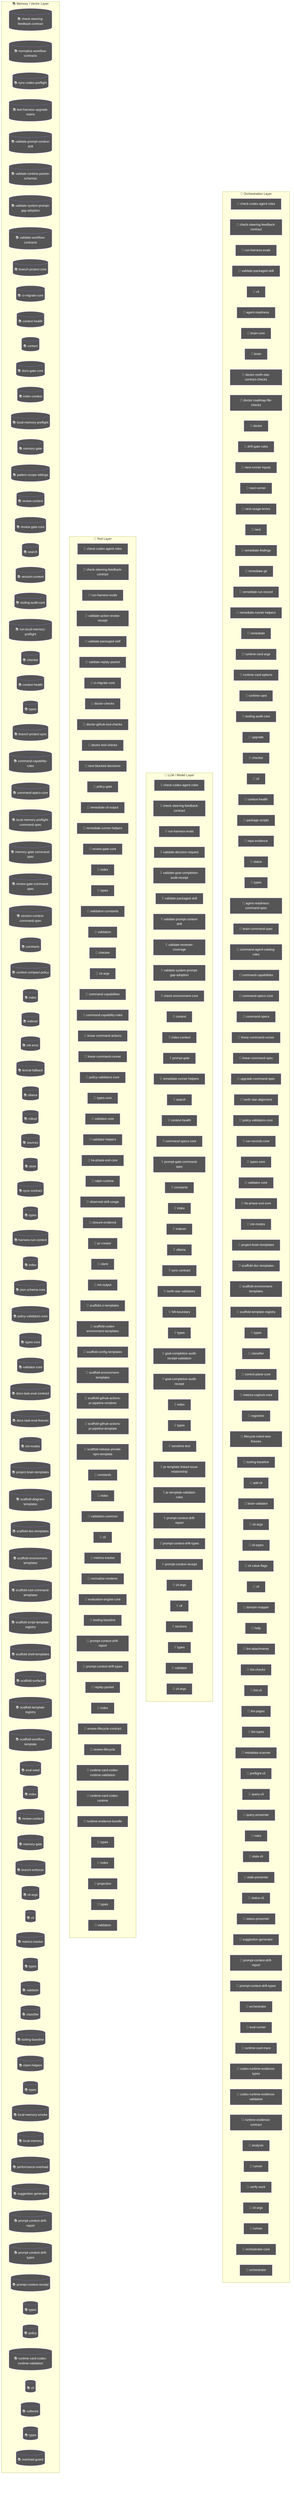
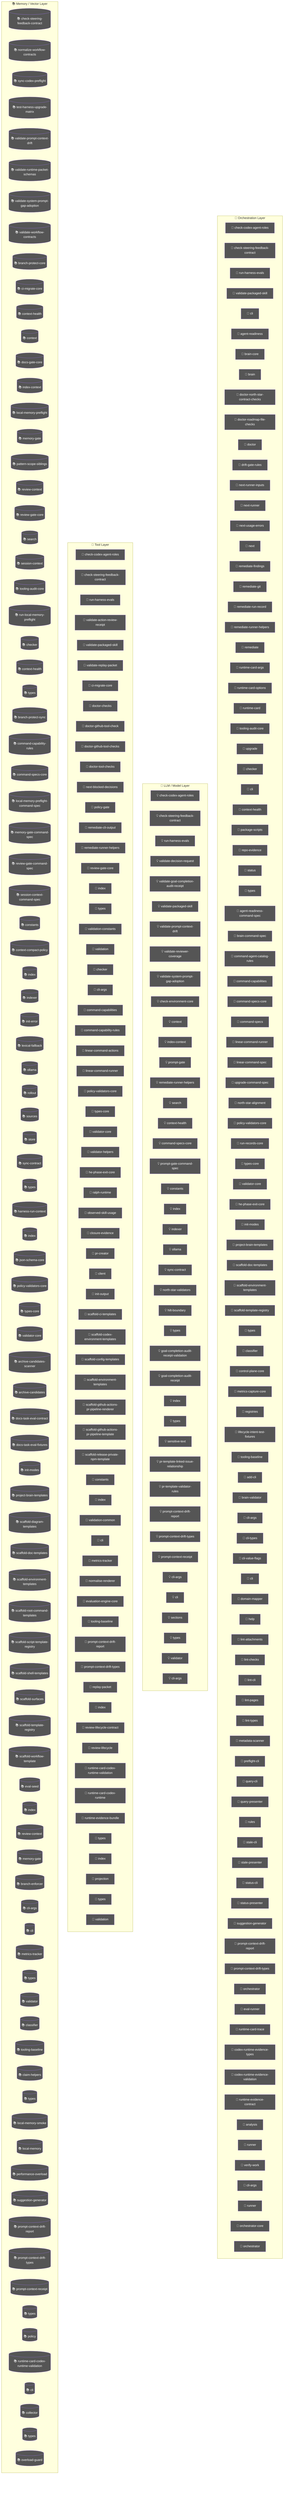
flowchart TD
  subgraph Orchestration["🎯 Orchestration Layer"]
    node_agent_mmd_orchestration_layer_orchestration_chec_7a9f0b64["🤖 check-codex-agent-roles"]
    node_agent_mmd_orchestration_layer_orchestration_chec_7fd47f5c["🤖 check-steering-feedback-contract"]
    node_agent_mmd_orchestration_layer_orchestration_run__18817957["🤖 run-harness-evals"]
    node_agent_mmd_orchestration_layer_orchestration_vali_c01b04be["🤖 validate-packaged-skill"]
    cli_99bb8840["🤖 cli"]
    agent_readiness_c82c68e6["🤖 agent-readiness"]
    brain_core_aa07c380["🤖 brain-core"]
    brain_bbbf7a64["🤖 brain"]
    doctor_north_star_contract_checks_0048124c["🤖 doctor-north-star-contract-checks"]
    doctor_roadmap_file_checks_14447b8e["🤖 doctor-roadmap-file-checks"]
    doctor_72f4be89["🤖 doctor"]
    drift_gate_rules_9685e72d["🤖 drift-gate-rules"]
    next_runner_inputs_754dba64["🤖 next-runner-inputs"]
    next_runner_41643472["🤖 next-runner"]
    next_usage_errors_837a345a["🤖 next-usage-errors"]
    next_c6c1c9a9["🤖 next"]
    remediate_findings_8b09c8c6["🤖 remediate-findings"]
    remediate_git_58c6f6f4["🤖 remediate-git"]
    remediate_run_record_9dfe5dc1["🤖 remediate-run-record"]
    node_agent_mmd_orchestration_layer_orchestration_reme_359fe98f["🤖 remediate-runner-helpers"]
    remediate_06b9c7fc["🤖 remediate"]
    runtime_card_args_2b3d4b28["🤖 runtime-card-args"]
    runtime_card_options_c9156ad5["🤖 runtime-card-options"]
    runtime_card_e06b53e1["🤖 runtime-card"]
    node_agent_mmd_orchestration_layer_orchestration_tool_acfe0c01["🤖 tooling-audit-core"]
    upgrade_7fef9479["🤖 upgrade"]
    node_agent_mmd_orchestration_layer_orchestration_chec_0550c395["🤖 checker"]
    cli_1_084e05fe["🤖 cli"]
    node_agent_mmd_orchestration_layer_orchestration_cont_61b3b9c9["🤖 context-health"]
    package_scripts_3ee6150f["🤖 package-scripts"]
    repo_evidence_38bb1de5["🤖 repo-evidence"]
    status_073c1634["🤖 status"]
    node_agent_mmd_orchestration_layer_orchestration_type_4f906dcc["🤖 types"]
    agent_readiness_command_spec_a30c2c1e["🤖 agent-readiness-command-spec"]
    brain_command_spec_15b122d5["🤖 brain-command-spec"]
    command_agent_catalog_rules_8e06b2af["🤖 command-agent-catalog-rules"]
    node_agent_mmd_orchestration_layer_orchestration_comm_6e41a7f7["🤖 command-capabilities"]
    node_agent_mmd_orchestration_layer_orchestration_comm_1f8cc24c["🤖 command-specs-core"]
    command_specs_69167c63["🤖 command-specs"]
    node_agent_mmd_orchestration_layer_orchestration_line_b67affd5["🤖 linear-command-runner"]
    linear_command_spec_1e12dd44["🤖 linear-command-spec"]
    upgrade_command_spec_03f6c7bd["🤖 upgrade-command-spec"]
    north_star_alignment_00440188["🤖 north-star-alignment"]
    node_agent_mmd_orchestration_layer_orchestration_poli_3270b55d["🤖 policy-validators-core"]
    run_records_core_89286dfa["🤖 run-records-core"]
    node_agent_mmd_orchestration_layer_orchestration_type_7cf81261["🤖 types-core"]
    node_agent_mmd_orchestration_layer_orchestration_vali_d9fe99e6["🤖 validator-core"]
    node_agent_mmd_orchestration_layer_orchestration_he_p_fc778c24["🤖 he-phase-exit-core"]
    node_agent_mmd_orchestration_layer_orchestration_init_2a9c3ecb["🤖 init-modes"]
    node_agent_mmd_orchestration_layer_orchestration_proj_6ab6f60f["🤖 project-brain-templates"]
    node_agent_mmd_orchestration_layer_orchestration_scaf_12cc07db["🤖 scaffold-doc-templates"]
    node_agent_mmd_orchestration_layer_orchestration_scaf_c9a90c2f["🤖 scaffold-environment-templates"]
    node_agent_mmd_orchestration_layer_orchestration_scaf_ff8f92f6["🤖 scaffold-template-registry"]
    types_16_0fae1112["🤖 types"]
    node_agent_mmd_orchestration_layer_orchestration_clas_899b821a["🤖 classifier"]
    control_plane_core_db3b4cb2["🤖 control-plane-core"]
    metrics_capture_core_db4bf7cf["🤖 metrics-capture-core"]
    registries_06402afa["🤖 registries"]
    lifecycle_intent_test_fixtures_a53c7ada["🤖 lifecycle-intent-test-fixtures"]
    node_agent_mmd_orchestration_layer_orchestration_tool_cc43149f["🤖 tooling-baseline"]
    add_cli_7614de25["🤖 add-cli"]
    brain_validator_be251832["🤖 brain-validator"]
    cli_args_8_d546936e["🤖 cli-args"]
    cli_types_1686e858["🤖 cli-types"]
    cli_value_flags_732a8e43["🤖 cli-value-flags"]
-     cli_9_b54c1407["🤖 cli"]
+     cli_10_35dc8cbd["🤖 cli"]
    domain_mapper_cd9333d2["🤖 domain-mapper"]
    help_106a5842["🤖 help"]
    lint_attachments_873c0632["🤖 lint-attachments"]
    lint_checks_83522b19["🤖 lint-checks"]
    lint_cli_9ec62ec0["🤖 lint-cli"]
    lint_pages_e33301d0["🤖 lint-pages"]
    lint_types_2862c255["🤖 lint-types"]
    metadata_scanner_6a101b66["🤖 metadata-scanner"]
    preflight_cli_5d148379["🤖 preflight-cli"]
    query_cli_b95be64d["🤖 query-cli"]
    query_presenter_02e6077c["🤖 query-presenter"]
    rules_6c621d1a["🤖 rules"]
    stale_cli_64548720["🤖 stale-cli"]
    stale_presenter_1de4e3a2["🤖 stale-presenter"]
    status_cli_4c24a0d6["🤖 status-cli"]
    status_presenter_8de686c1["🤖 status-presenter"]
    node_agent_mmd_orchestration_layer_orchestration_sugg_85c5ebe3["🤖 suggestion-generator"]
    node_agent_mmd_orchestration_layer_orchestration_prom_d17b4de2["🤖 prompt-context-drift-report"]
    node_agent_mmd_orchestration_layer_orchestration_prom_77088997["🤖 prompt-context-drift-types"]
    orchestrator_11376b7e["🤖 orchestrator"]
    eval_runner_0966a6b3["🤖 eval-runner"]
    runtime_card_trace_64a5ca95["🤖 runtime-card-trace"]
    codex_runtime_evidence_types_f55808dd["🤖 codex-runtime-evidence-types"]
    codex_runtime_evidence_validation_d060a92d["🤖 codex-runtime-evidence-validation"]
    runtime_evidence_contract_0f7b15b2["🤖 runtime-evidence-contract"]
    analysis_f44e85c4["🤖 analysis"]
    runner_527aa9f4["🤖 runner"]
    verify_work_1_cd8e7ec3["🤖 verify-work"]
    cli_args_14_3481043e["🤖 cli-args"]
    runner_1_6f281bf8["🤖 runner"]
    orchestrator_core_d0678b53["🤖 orchestrator-core"]
    orchestrator_1_6b7137c5["🤖 orchestrator"]
  end
  subgraph LLMLayer["🧠 LLM / Model Layer"]
    node_agent_mmd_llm_model_layer_llmlayer_check_codex_a_29e7b7fa["💡 check-codex-agent-roles"]
    node_agent_mmd_llm_model_layer_llmlayer_check_steerin_0e1bf90d["💡 check-steering-feedback-contract"]
    node_agent_mmd_llm_model_layer_llmlayer_run_harness_e_603fcfdc["💡 run-harness-evals"]
    validate_decision_request_2e5c325e["💡 validate-decision-request"]
    validate_goal_completion_audit_receipt_100d252c["💡 validate-goal-completion-audit-receipt"]
    node_agent_mmd_llm_model_layer_llmlayer_validate_pack_2a12e1f4["💡 validate-packaged-skill"]
    node_agent_mmd_llm_model_layer_llmlayer_validate_prom_9880f764["💡 validate-prompt-context-drift"]
    validate_reviewer_coverage_251efee3["💡 validate-reviewer-coverage"]
    node_agent_mmd_llm_model_layer_llmlayer_validate_syst_5636156e["💡 validate-system-prompt-gap-adoption"]
    check_environment_core_2c16213f["💡 check-environment-core"]
    node_agent_mmd_llm_model_layer_llmlayer_context_conte_ad2dfbd9["💡 context"]
    node_agent_mmd_llm_model_layer_llmlayer_index_context_1041bd11["💡 index-context"]
    prompt_gate_c5e9d207["💡 prompt-gate"]
    node_agent_mmd_llm_model_layer_llmlayer_remediate_run_9e3d4585["💡 remediate-runner-helpers"]
    node_agent_mmd_llm_model_layer_llmlayer_search_search_66b9a911["💡 search"]
    node_agent_mmd_llm_model_layer_llmlayer_context_healt_cfc0bfa8["💡 context-health"]
    node_agent_mmd_llm_model_layer_llmlayer_command_specs_782af9fa["💡 command-specs-core"]
    prompt_gate_command_spec_9a941482["💡 prompt-gate-command-spec"]
    node_agent_mmd_llm_model_layer_llmlayer_constants_con_c9bd3f6c["💡 constants"]
    node_agent_mmd_llm_model_layer_llmlayer_index_index_1_02e160ff["💡 index"]
    node_agent_mmd_llm_model_layer_llmlayer_indexer_index_4f4deef5["💡 indexer"]
    node_agent_mmd_llm_model_layer_llmlayer_ollama_ollama_968b23fa["💡 ollama"]
    node_agent_mmd_llm_model_layer_llmlayer_sync_contract_9f3cc8c1["💡 sync-contract"]
    north_star_validators_cfc926ce["💡 north-star-validators"]
    hilt_boundary_9b36fb15["💡 hilt-boundary"]
    types_10_75e5a4a0["💡 types"]
    goal_completion_audit_receipt_validation_9d0f4891["💡 goal-completion-audit-receipt-validation"]
    goal_completion_audit_receipt_5e4939c3["💡 goal-completion-audit-receipt"]
    index_5_522f772a["💡 index"]
    node_agent_mmd_llm_model_layer_llmlayer_constants_con_c9bd3f6c["💡 constants"]
    types_17_ed30531c["💡 types"]
    sensitive_text_7c11f760["💡 sensitive-text"]
    pr_template_linked_issue_relationship_a7b61f2c["💡 pr-template-linked-issue-relationship"]
    pr_template_validator_rules_20a32d6b["💡 pr-template-validator-rules"]
    node_agent_mmd_llm_model_layer_llmlayer_index_index_1_02e160ff["💡 index"]
    node_agent_mmd_llm_model_layer_llmlayer_prompt_contex_81f9066a["💡 prompt-context-drift-report"]
    node_agent_mmd_llm_model_layer_llmlayer_prompt_contex_e5066b88["💡 prompt-context-drift-types"]
    node_agent_mmd_llm_model_layer_llmlayer_index_index_1_02e160ff["💡 index"]
    node_agent_mmd_llm_model_layer_llmlayer_prompt_contex_6426acc2["💡 prompt-context-receipt"]
    cli_args_9_9c136878["💡 cli-args"]
-     cli_10_35dc8cbd["💡 cli"]
+     cli_11_338a8415["💡 cli"]
    sections_4697ef32["💡 sections"]
    types_27_4d134744["💡 types"]
    validator_7_f836eb0e["💡 validator"]
    cli_args_10_861cdd3f["💡 cli-args"]
  end
  subgraph ToolLayer["🔧 Tool Layer"]
    node_agent_mmd_tool_layer_toollayer_check_codex_agent_4b361d5a["🔧 check-codex-agent-roles"]
    node_agent_mmd_tool_layer_toollayer_check_steering_fe_eafecf3a["🔧 check-steering-feedback-contract"]
    node_agent_mmd_tool_layer_toollayer_run_harness_evals_e2ee24f1["🔧 run-harness-evals"]
    validate_action_review_receipt_fa2f06c3["🔧 validate-action-review-receipt"]
    node_agent_mmd_tool_layer_toollayer_validate_packaged_2855c827["🔧 validate-packaged-skill"]
    validate_replay_packet_f309747e["🔧 validate-replay-packet"]
    node_agent_mmd_tool_layer_toollayer_ci_migrate_core_c_049f8460["🔧 ci-migrate-core"]
    doctor_checks_5a2eb2b9["🔧 doctor-checks"]
+     doctor_github_tool_check_e0a938df["🔧 doctor-github-tool-check"]
    doctor_github_tool_checks_a53b0382["🔧 doctor-github-tool-checks"]
    doctor_tool_checks_4acac51a["🔧 doctor-tool-checks"]
    next_blocked_decisions_4140ad2b["🔧 next-blocked-decisions"]
    policy_gate_213f7313["🔧 policy-gate"]
    remediate_cli_output_cc165396["🔧 remediate-cli-output"]
    node_agent_mmd_tool_layer_toollayer_remediate_runner__c003b871["🔧 remediate-runner-helpers"]
    node_agent_mmd_tool_layer_toollayer_review_gate_core__7704598b["🔧 review-gate-core"]
    index_1bc04b52["🔧 index"]
    types_1_4ecdf56e["🔧 types"]
    validation_constants_e002a0f6["🔧 validation-constants"]
    validation_98c41dcd["🔧 validation"]
    node_agent_mmd_tool_layer_toollayer_checker_checker_2_453d593b["🔧 checker"]
    cli_args_1_6144b055["🔧 cli-args"]
    node_agent_mmd_tool_layer_toollayer_command_capabilit_7fe13db1["🔧 command-capabilities"]
    node_agent_mmd_tool_layer_toollayer_command_capabilit_e97a4615["🔧 command-capability-rules"]
    linear_command_actions_e430f4f4["🔧 linear-command-actions"]
    node_agent_mmd_tool_layer_toollayer_linear_command_ru_d6763748["🔧 linear-command-runner"]
    node_agent_mmd_tool_layer_toollayer_policy_validators_af136abf["🔧 policy-validators-core"]
    node_agent_mmd_tool_layer_toollayer_types_core_types__6c8319b6["🔧 types-core"]
    node_agent_mmd_tool_layer_toollayer_validator_core_va_6ef6131f["🔧 validator-core"]
    validator_helpers_7b927667["🔧 validator-helpers"]
    node_agent_mmd_tool_layer_toollayer_he_phase_exit_cor_af016160["🔧 he-phase-exit-core"]
    ralph_runtime_73d63c0e["🔧 ralph-runtime"]
    observed_skill_usage_ed7d5930["🔧 observed-skill-usage"]
    closure_evidence_aaa31467["🔧 closure-evidence"]
    pr_creator_dc6b1ea4["🔧 pr-creator"]
    client_948fe603["🔧 client"]
    init_output_360dce91["🔧 init-output"]
    scaffold_ci_templates_2afd6392["🔧 scaffold-ci-templates"]
    scaffold_codex_environment_templates_334fbbed["🔧 scaffold-codex-environment-templates"]
    scaffold_config_templates_4b80ce53["🔧 scaffold-config-templates"]
    node_agent_mmd_tool_layer_toollayer_scaffold_environm_c1afc013["🔧 scaffold-environment-templates"]
    scaffold_github_actions_pr_pipeline_renderer_1ee18de5["🔧 scaffold-github-actions-pr-pipeline-renderer"]
    scaffold_github_actions_pr_pipeline_template_e2b85f62["🔧 scaffold-github-actions-pr-pipeline-template"]
    scaffold_release_private_npm_template_075499f8["🔧 scaffold-release-private-npm-template"]
    node_agent_mmd_tool_layer_toollayer_constants_constan_9d71b829["🔧 constants"]
    index_9_32dd4d91["🔧 index"]
    validation_common_6161e48b["🔧 validation-common"]
    node_agent_mmd_tool_layer_toollayer_cli_cli_2_1_32d9eeaf["🔧 cli"]
    node_agent_mmd_tool_layer_toollayer_metrics_tracker_m_4c9237d8["🔧 metrics-tracker"]
    normalise_renderer_85f2e563["🔧 normalise-renderer"]
    evaluation_engine_core_e054fe49["🔧 evaluation-engine-core"]
    node_agent_mmd_tool_layer_toollayer_tooling_baseline__61e66e9f["🔧 tooling-baseline"]
    node_agent_mmd_tool_layer_toollayer_prompt_context_dr_a2772f2b["🔧 prompt-context-drift-report"]
    node_agent_mmd_tool_layer_toollayer_prompt_context_dr_bd82da46["🔧 prompt-context-drift-types"]
    replay_packet_a1293f88["🔧 replay-packet"]
    index_14_d982116c["🔧 index"]
    review_lifecycle_contract_e5447221["🔧 review-lifecycle-contract"]
    review_lifecycle_89afa64c["🔧 review-lifecycle"]
    node_agent_mmd_tool_layer_toollayer_runtime_card_code_3636ceac["🔧 runtime-card-codex-runtime-validation"]
    runtime_card_codex_runtime_0655e230["🔧 runtime-card-codex-runtime"]
    runtime_evidence_bundle_d471a232["🔧 runtime-evidence-bundle"]
    types_36_674380ec["🔧 types"]
    index_17_642943a2["🔧 index"]
    projection_1b250ea1["🔧 projection"]
    types_38_e8efcd57["🔧 types"]
    validation_7_c4e6d8b6["🔧 validation"]
  end
  subgraph MemoryLayer["📚 Memory / Vector Layer"]
    node_agent_mmd_memory_vector_layer_memorylayer_check__64c86928[("📚 check-steering-feedback-contract")]
    normalize_workflow_contracts_8701f1c8[("📚 normalize-workflow-contracts")]
    sync_codex_preflight_7e7a8dc2[("📚 sync-codex-preflight")]
    test_harness_upgrade_matrix_84113c4e[("📚 test-harness-upgrade-matrix")]
    node_agent_mmd_memory_vector_layer_memorylayer_valida_c52c4db8[("📚 validate-prompt-context-drift")]
    validate_runtime_packet_schemas_bc3ba8ec[("📚 validate-runtime-packet-schemas")]
    node_agent_mmd_memory_vector_layer_memorylayer_valida_db599a97[("📚 validate-system-prompt-gap-adoption")]
    validate_workflow_contracts_33dc063c[("📚 validate-workflow-contracts")]
    branch_protect_core_a8feb0fd[("📚 branch-protect-core")]
    node_agent_mmd_memory_vector_layer_memorylayer_ci_mig_0cd5b1a4[("📚 ci-migrate-core")]
    context_health_80bb7da9[("📚 context-health")]
    node_agent_mmd_memory_vector_layer_memorylayer_contex_78ceaaa9[("📚 context")]
    docs_gate_core_eb9b6c18[("📚 docs-gate-core")]
    node_agent_mmd_memory_vector_layer_memorylayer_index__6f3402d0[("📚 index-context")]
    local_memory_preflight_dcc36c42[("📚 local-memory-preflight")]
    memory_gate_a577a506[("📚 memory-gate")]
    pattern_scope_siblings_43abe000[("📚 pattern-scope-siblings")]
    review_context_ca6cf81d[("📚 review-context")]
    node_agent_mmd_memory_vector_layer_memorylayer_review_5bee9816[("📚 review-gate-core")]
    node_agent_mmd_memory_vector_layer_memorylayer_search_ac35cb7e[("📚 search")]
    session_context_e5ec72c0[("📚 session-context")]
    node_agent_mmd_memory_vector_layer_memorylayer_toolin_a1185b8f[("📚 tooling-audit-core")]
    run_local_memory_preflight_36e92808[("📚 run-local-memory-preflight")]
    node_agent_mmd_memory_vector_layer_memorylayer_checke_a583eb4f[("📚 checker")]
    node_agent_mmd_memory_vector_layer_memorylayer_contex_3204aa0e[("📚 context-health")]
    node_agent_mmd_memory_vector_layer_memorylayer_types__9ad640a0[("📚 types")]
    branch_protect_sync_570adb18[("📚 branch-protect-sync")]
    node_agent_mmd_memory_vector_layer_memorylayer_comman_c72a5d05[("📚 command-capability-rules")]
    node_agent_mmd_memory_vector_layer_memorylayer_comman_111eb454[("📚 command-specs-core")]
    local_memory_preflight_command_spec_9e23f3ce[("📚 local-memory-preflight-command-spec")]
    memory_gate_command_spec_dc9001a9[("📚 memory-gate-command-spec")]
    review_gate_command_spec_3187376a[("📚 review-gate-command-spec")]
    session_context_command_spec_973afbb1[("📚 session-context-command-spec")]
    node_agent_mmd_memory_vector_layer_memorylayer_consta_702d3f46[("📚 constants")]
    context_compact_policy_3dcaf95d[("📚 context-compact-policy")]
    node_agent_mmd_memory_vector_layer_memorylayer_index__752bc61e[("📚 index")]
    node_agent_mmd_memory_vector_layer_memorylayer_indexe_93e6d86f[("📚 indexer")]
    init_error_5c7dd49f[("📚 init-error")]
    lexical_fallback_723e2b3e[("📚 lexical-fallback")]
    node_agent_mmd_memory_vector_layer_memorylayer_ollama_6d51be16[("📚 ollama")]
    rollout_a4fa034c[("📚 rollout")]
    sources_878a52fc[("📚 sources")]
    store_824d80d7[("📚 store")]
    node_agent_mmd_memory_vector_layer_memorylayer_sync_c_e43418bc[("📚 sync-contract")]
    types_8_f6283648[("📚 types")]
    harness_run_context_ac7c77a9[("📚 harness-run-context")]
    index_4_013aa0e3[("📚 index")]
    json_schema_core_96d7e328[("📚 json-schema-core")]
    node_agent_mmd_memory_vector_layer_memorylayer_policy_1944de42[("📚 policy-validators-core")]
    node_agent_mmd_memory_vector_layer_memorylayer_types__83f369fa[("📚 types-core")]
    node_agent_mmd_memory_vector_layer_memorylayer_valida_41034356[("📚 validator-core")]
+     archive_candidates_scanner_d0931789[("📚 archive-candidates-scanner")]
+     archive_candidates_dc0e40e1[("📚 archive-candidates")]
    docs_task_eval_contract_79347457[("📚 docs-task-eval-contract")]
    docs_task_eval_fixtures_44902755[("📚 docs-task-eval-fixtures")]
    node_agent_mmd_memory_vector_layer_memorylayer_init_m_333d02c5[("📚 init-modes")]
    node_agent_mmd_memory_vector_layer_memorylayer_projec_3ae304d9[("📚 project-brain-templates")]
    scaffold_diagram_templates_dd88e83c[("📚 scaffold-diagram-templates")]
    node_agent_mmd_memory_vector_layer_memorylayer_scaffo_5fd73b94[("📚 scaffold-doc-templates")]
    node_agent_mmd_memory_vector_layer_memorylayer_scaffo_12b42341[("📚 scaffold-environment-templates")]
    scaffold_root_command_templates_404fed7f[("📚 scaffold-root-command-templates")]
    scaffold_script_template_registry_69312d4e[("📚 scaffold-script-template-registry")]
    scaffold_shell_templates_0ad0f915[("📚 scaffold-shell-templates")]
    scaffold_surfaces_12d6494e[("📚 scaffold-surfaces")]
    node_agent_mmd_memory_vector_layer_memorylayer_scaffo_a86eece1[("📚 scaffold-template-registry")]
    scaffold_workflow_template_92310587[("📚 scaffold-workflow-template")]
    eval_seed_5699fd3e[("📚 eval-seed")]
    index_10_f6785a46[("📚 index")]
    review_context_1_e3afed15[("📚 review-context")]
    memory_gate_1_265164ac[("📚 memory-gate")]
    branch_enforcer_acb749cd[("📚 branch-enforcer")]
    cli_args_5_09ea29f0[("📚 cli-args")]
    node_agent_mmd_memory_vector_layer_memorylayer_cli_cl_1f1f89ab[("📚 cli")]
    node_agent_mmd_memory_vector_layer_memorylayer_metric_12562178[("📚 metrics-tracker")]
    types_19_eb4ad5f0[("📚 types")]
    validator_5_b19ac2be[("📚 validator")]
    node_agent_mmd_memory_vector_layer_memorylayer_classi_1ebbf5ff[("📚 classifier")]
    node_agent_mmd_memory_vector_layer_memorylayer_toolin_14f86b00[("📚 tooling-baseline")]
    claim_helpers_20dc8387[("📚 claim-helpers")]
    types_24_c63dc1a7[("📚 types")]
    local_memory_smoke_1175abfc[("📚 local-memory-smoke")]
    local_memory_0db17ecc[("📚 local-memory")]
    performance_overload_c685bfcf[("📚 performance-overload")]
    node_agent_mmd_memory_vector_layer_memorylayer_sugges_267f408d[("📚 suggestion-generator")]
    node_agent_mmd_memory_vector_layer_memorylayer_index__752bc61e[("📚 index")]
    node_agent_mmd_memory_vector_layer_memorylayer_prompt_ae34fc43[("📚 prompt-context-drift-report")]
    node_agent_mmd_memory_vector_layer_memorylayer_prompt_efd77624[("📚 prompt-context-drift-types")]
    node_agent_mmd_memory_vector_layer_memorylayer_index__752bc61e[("📚 index")]
    node_agent_mmd_memory_vector_layer_memorylayer_prompt_55c0d605[("📚 prompt-context-receipt")]
    types_31_eb363e20[("📚 types")]
    policy_1_fc4198db[("📚 policy")]
    node_agent_mmd_memory_vector_layer_memorylayer_runtim_a5d23e7f[("📚 runtime-card-codex-runtime-validation")]
-     cli_11_338a8415[("📚 cli")]
+     cli_12_01c06c37[("📚 cli")]
    collector_0736fd5b[("📚 collector")]
    types_34_85e6a0bb[("📚 types")]
    overload_guard_2748c559[("📚 overload-guard")]
  end
  classDef agentNode fill:#555,color:#fff
-   class node_agent_mmd_orchestration_layer_orchestration_chec_7a9f0b64,node_agent_mmd_llm_model_layer_llmlayer_check_codex_a_29e7b7fa,node_agent_mmd_tool_layer_toollayer_check_codex_agent_4b361d5a,node_agent_mmd_orchestration_layer_orchestration_chec_7fd47f5c,node_agent_mmd_llm_model_layer_llmlayer_check_steerin_0e1bf90d,node_agent_mmd_tool_layer_toollayer_check_steering_fe_eafecf3a,node_agent_mmd_memory_vector_layer_memorylayer_check__64c86928,node_agent_mmd_orchestration_layer_orchestration_run__18817957,node_agent_mmd_llm_model_layer_llmlayer_run_harness_e_603fcfdc,node_agent_mmd_tool_layer_toollayer_run_harness_evals_e2ee24f1,node_agent_mmd_orchestration_layer_orchestration_vali_c01b04be,node_agent_mmd_llm_model_layer_llmlayer_validate_pack_2a12e1f4,node_agent_mmd_tool_layer_toollayer_validate_packaged_2855c827,cli_99bb8840,agent_readiness_c82c68e6,brain_core_aa07c380,brain_bbbf7a64,doctor_north_star_contract_checks_0048124c,doctor_roadmap_file_checks_14447b8e,doctor_72f4be89,drift_gate_rules_9685e72d,next_runner_inputs_754dba64,next_runner_41643472,next_usage_errors_837a345a,next_c6c1c9a9,remediate_findings_8b09c8c6,remediate_git_58c6f6f4,remediate_run_record_9dfe5dc1,node_agent_mmd_orchestration_layer_orchestration_reme_359fe98f,node_agent_mmd_llm_model_layer_llmlayer_remediate_run_9e3d4585,node_agent_mmd_tool_layer_toollayer_remediate_runner__c003b871,remediate_06b9c7fc,runtime_card_args_2b3d4b28,runtime_card_options_c9156ad5,runtime_card_e06b53e1,node_agent_mmd_orchestration_layer_orchestration_tool_acfe0c01,node_agent_mmd_memory_vector_layer_memorylayer_toolin_a1185b8f,upgrade_7fef9479,node_agent_mmd_orchestration_layer_orchestration_chec_0550c395,node_agent_mmd_tool_layer_toollayer_checker_checker_2_453d593b,node_agent_mmd_memory_vector_layer_memorylayer_checke_a583eb4f,cli_1_084e05fe,node_agent_mmd_orchestration_layer_orchestration_cont_61b3b9c9,node_agent_mmd_llm_model_layer_llmlayer_context_healt_cfc0bfa8,node_agent_mmd_memory_vector_layer_memorylayer_contex_3204aa0e,package_scripts_3ee6150f,repo_evidence_38bb1de5,status_073c1634,node_agent_mmd_orchestration_layer_orchestration_type_4f906dcc,node_agent_mmd_memory_vector_layer_memorylayer_types__9ad640a0,agent_readiness_command_spec_a30c2c1e,brain_command_spec_15b122d5,command_agent_catalog_rules_8e06b2af,node_agent_mmd_orchestration_layer_orchestration_comm_6e41a7f7,node_agent_mmd_tool_layer_toollayer_command_capabilit_7fe13db1,node_agent_mmd_orchestration_layer_orchestration_comm_1f8cc24c,node_agent_mmd_llm_model_layer_llmlayer_command_specs_782af9fa,node_agent_mmd_memory_vector_layer_memorylayer_comman_111eb454,command_specs_69167c63,node_agent_mmd_orchestration_layer_orchestration_line_b67affd5,node_agent_mmd_tool_layer_toollayer_linear_command_ru_d6763748,linear_command_spec_1e12dd44,upgrade_command_spec_03f6c7bd,north_star_alignment_00440188,node_agent_mmd_orchestration_layer_orchestration_poli_3270b55d,node_agent_mmd_tool_layer_toollayer_policy_validators_af136abf,node_agent_mmd_memory_vector_layer_memorylayer_policy_1944de42,run_records_core_89286dfa,node_agent_mmd_orchestration_layer_orchestration_type_7cf81261,node_agent_mmd_tool_layer_toollayer_types_core_types__6c8319b6,node_agent_mmd_memory_vector_layer_memorylayer_types__83f369fa,node_agent_mmd_orchestration_layer_orchestration_vali_d9fe99e6,node_agent_mmd_tool_layer_toollayer_validator_core_va_6ef6131f,node_agent_mmd_memory_vector_layer_memorylayer_valida_41034356,node_agent_mmd_orchestration_layer_orchestration_he_p_fc778c24,node_agent_mmd_tool_layer_toollayer_he_phase_exit_cor_af016160,node_agent_mmd_orchestration_layer_orchestration_init_2a9c3ecb,node_agent_mmd_memory_vector_layer_memorylayer_init_m_333d02c5,node_agent_mmd_orchestration_layer_orchestration_proj_6ab6f60f,node_agent_mmd_memory_vector_layer_memorylayer_projec_3ae304d9,node_agent_mmd_orchestration_layer_orchestration_scaf_12cc07db,node_agent_mmd_memory_vector_layer_memorylayer_scaffo_5fd73b94,node_agent_mmd_orchestration_layer_orchestration_scaf_c9a90c2f,node_agent_mmd_tool_layer_toollayer_scaffold_environm_c1afc013,node_agent_mmd_memory_vector_layer_memorylayer_scaffo_12b42341,node_agent_mmd_orchestration_layer_orchestration_scaf_ff8f92f6,node_agent_mmd_memory_vector_layer_memorylayer_scaffo_a86eece1,types_16_0fae1112,node_agent_mmd_orchestration_layer_orchestration_clas_899b821a,node_agent_mmd_memory_vector_layer_memorylayer_classi_1ebbf5ff,control_plane_core_db3b4cb2,metrics_capture_core_db4bf7cf,registries_06402afa,lifecycle_intent_test_fixtures_a53c7ada,node_agent_mmd_orchestration_layer_orchestration_tool_cc43149f,node_agent_mmd_tool_layer_toollayer_tooling_baseline__61e66e9f,node_agent_mmd_memory_vector_layer_memorylayer_toolin_14f86b00,add_cli_7614de25,brain_validator_be251832,cli_args_8_d546936e,cli_types_1686e858,cli_value_flags_732a8e43,cli_9_b54c1407,domain_mapper_cd9333d2,help_106a5842,lint_attachments_873c0632,lint_checks_83522b19,lint_cli_9ec62ec0,lint_pages_e33301d0,lint_types_2862c255,metadata_scanner_6a101b66,preflight_cli_5d148379,query_cli_b95be64d,query_presenter_02e6077c,rules_6c621d1a,stale_cli_64548720,stale_presenter_1de4e3a2,status_cli_4c24a0d6,status_presenter_8de686c1,node_agent_mmd_orchestration_layer_orchestration_sugg_85c5ebe3,node_agent_mmd_memory_vector_layer_memorylayer_sugges_267f408d,node_agent_mmd_orchestration_layer_orchestration_prom_d17b4de2,node_agent_mmd_llm_model_layer_llmlayer_prompt_contex_81f9066a,node_agent_mmd_tool_layer_toollayer_prompt_context_dr_a2772f2b,node_agent_mmd_memory_vector_layer_memorylayer_prompt_ae34fc43,node_agent_mmd_orchestration_layer_orchestration_prom_77088997,node_agent_mmd_llm_model_layer_llmlayer_prompt_contex_e5066b88,node_agent_mmd_tool_layer_toollayer_prompt_context_dr_bd82da46,node_agent_mmd_memory_vector_layer_memorylayer_prompt_efd77624,orchestrator_11376b7e,eval_runner_0966a6b3,runtime_card_trace_64a5ca95,codex_runtime_evidence_types_f55808dd,codex_runtime_evidence_validation_d060a92d,runtime_evidence_contract_0f7b15b2,analysis_f44e85c4,runner_527aa9f4,verify_work_1_cd8e7ec3,cli_args_14_3481043e,runner_1_6f281bf8,orchestrator_core_d0678b53,orchestrator_1_6b7137c5 agentNode
+   class node_agent_mmd_orchestration_layer_orchestration_chec_7a9f0b64,node_agent_mmd_llm_model_layer_llmlayer_check_codex_a_29e7b7fa,node_agent_mmd_tool_layer_toollayer_check_codex_agent_4b361d5a,node_agent_mmd_orchestration_layer_orchestration_chec_7fd47f5c,node_agent_mmd_llm_model_layer_llmlayer_check_steerin_0e1bf90d,node_agent_mmd_tool_layer_toollayer_check_steering_fe_eafecf3a,node_agent_mmd_memory_vector_layer_memorylayer_check__64c86928,node_agent_mmd_orchestration_layer_orchestration_run__18817957,node_agent_mmd_llm_model_layer_llmlayer_run_harness_e_603fcfdc,node_agent_mmd_tool_layer_toollayer_run_harness_evals_e2ee24f1,node_agent_mmd_orchestration_layer_orchestration_vali_c01b04be,node_agent_mmd_llm_model_layer_llmlayer_validate_pack_2a12e1f4,node_agent_mmd_tool_layer_toollayer_validate_packaged_2855c827,cli_99bb8840,agent_readiness_c82c68e6,brain_core_aa07c380,brain_bbbf7a64,doctor_north_star_contract_checks_0048124c,doctor_roadmap_file_checks_14447b8e,doctor_72f4be89,drift_gate_rules_9685e72d,next_runner_inputs_754dba64,next_runner_41643472,next_usage_errors_837a345a,next_c6c1c9a9,remediate_findings_8b09c8c6,remediate_git_58c6f6f4,remediate_run_record_9dfe5dc1,node_agent_mmd_orchestration_layer_orchestration_reme_359fe98f,node_agent_mmd_llm_model_layer_llmlayer_remediate_run_9e3d4585,node_agent_mmd_tool_layer_toollayer_remediate_runner__c003b871,remediate_06b9c7fc,runtime_card_args_2b3d4b28,runtime_card_options_c9156ad5,runtime_card_e06b53e1,node_agent_mmd_orchestration_layer_orchestration_tool_acfe0c01,node_agent_mmd_memory_vector_layer_memorylayer_toolin_a1185b8f,upgrade_7fef9479,node_agent_mmd_orchestration_layer_orchestration_chec_0550c395,node_agent_mmd_tool_layer_toollayer_checker_checker_2_453d593b,node_agent_mmd_memory_vector_layer_memorylayer_checke_a583eb4f,cli_1_084e05fe,node_agent_mmd_orchestration_layer_orchestration_cont_61b3b9c9,node_agent_mmd_llm_model_layer_llmlayer_context_healt_cfc0bfa8,node_agent_mmd_memory_vector_layer_memorylayer_contex_3204aa0e,package_scripts_3ee6150f,repo_evidence_38bb1de5,status_073c1634,node_agent_mmd_orchestration_layer_orchestration_type_4f906dcc,node_agent_mmd_memory_vector_layer_memorylayer_types__9ad640a0,agent_readiness_command_spec_a30c2c1e,brain_command_spec_15b122d5,command_agent_catalog_rules_8e06b2af,node_agent_mmd_orchestration_layer_orchestration_comm_6e41a7f7,node_agent_mmd_tool_layer_toollayer_command_capabilit_7fe13db1,node_agent_mmd_orchestration_layer_orchestration_comm_1f8cc24c,node_agent_mmd_llm_model_layer_llmlayer_command_specs_782af9fa,node_agent_mmd_memory_vector_layer_memorylayer_comman_111eb454,command_specs_69167c63,node_agent_mmd_orchestration_layer_orchestration_line_b67affd5,node_agent_mmd_tool_layer_toollayer_linear_command_ru_d6763748,linear_command_spec_1e12dd44,upgrade_command_spec_03f6c7bd,north_star_alignment_00440188,node_agent_mmd_orchestration_layer_orchestration_poli_3270b55d,node_agent_mmd_tool_layer_toollayer_policy_validators_af136abf,node_agent_mmd_memory_vector_layer_memorylayer_policy_1944de42,run_records_core_89286dfa,node_agent_mmd_orchestration_layer_orchestration_type_7cf81261,node_agent_mmd_tool_layer_toollayer_types_core_types__6c8319b6,node_agent_mmd_memory_vector_layer_memorylayer_types__83f369fa,node_agent_mmd_orchestration_layer_orchestration_vali_d9fe99e6,node_agent_mmd_tool_layer_toollayer_validator_core_va_6ef6131f,node_agent_mmd_memory_vector_layer_memorylayer_valida_41034356,node_agent_mmd_orchestration_layer_orchestration_he_p_fc778c24,node_agent_mmd_tool_layer_toollayer_he_phase_exit_cor_af016160,node_agent_mmd_orchestration_layer_orchestration_init_2a9c3ecb,node_agent_mmd_memory_vector_layer_memorylayer_init_m_333d02c5,node_agent_mmd_orchestration_layer_orchestration_proj_6ab6f60f,node_agent_mmd_memory_vector_layer_memorylayer_projec_3ae304d9,node_agent_mmd_orchestration_layer_orchestration_scaf_12cc07db,node_agent_mmd_memory_vector_layer_memorylayer_scaffo_5fd73b94,node_agent_mmd_orchestration_layer_orchestration_scaf_c9a90c2f,node_agent_mmd_tool_layer_toollayer_scaffold_environm_c1afc013,node_agent_mmd_memory_vector_layer_memorylayer_scaffo_12b42341,node_agent_mmd_orchestration_layer_orchestration_scaf_ff8f92f6,node_agent_mmd_memory_vector_layer_memorylayer_scaffo_a86eece1,types_16_0fae1112,node_agent_mmd_orchestration_layer_orchestration_clas_899b821a,node_agent_mmd_memory_vector_layer_memorylayer_classi_1ebbf5ff,control_plane_core_db3b4cb2,metrics_capture_core_db4bf7cf,registries_06402afa,lifecycle_intent_test_fixtures_a53c7ada,node_agent_mmd_orchestration_layer_orchestration_tool_cc43149f,node_agent_mmd_tool_layer_toollayer_tooling_baseline__61e66e9f,node_agent_mmd_memory_vector_layer_memorylayer_toolin_14f86b00,add_cli_7614de25,brain_validator_be251832,cli_args_8_d546936e,cli_types_1686e858,cli_value_flags_732a8e43,cli_10_35dc8cbd,domain_mapper_cd9333d2,help_106a5842,lint_attachments_873c0632,lint_checks_83522b19,lint_cli_9ec62ec0,lint_pages_e33301d0,lint_types_2862c255,metadata_scanner_6a101b66,preflight_cli_5d148379,query_cli_b95be64d,query_presenter_02e6077c,rules_6c621d1a,stale_cli_64548720,stale_presenter_1de4e3a2,status_cli_4c24a0d6,status_presenter_8de686c1,node_agent_mmd_orchestration_layer_orchestration_sugg_85c5ebe3,node_agent_mmd_memory_vector_layer_memorylayer_sugges_267f408d,node_agent_mmd_orchestration_layer_orchestration_prom_d17b4de2,node_agent_mmd_llm_model_layer_llmlayer_prompt_contex_81f9066a,node_agent_mmd_tool_layer_toollayer_prompt_context_dr_a2772f2b,node_agent_mmd_memory_vector_layer_memorylayer_prompt_ae34fc43,node_agent_mmd_orchestration_layer_orchestration_prom_77088997,node_agent_mmd_llm_model_layer_llmlayer_prompt_contex_e5066b88,node_agent_mmd_tool_layer_toollayer_prompt_context_dr_bd82da46,node_agent_mmd_memory_vector_layer_memorylayer_prompt_efd77624,orchestrator_11376b7e,eval_runner_0966a6b3,runtime_card_trace_64a5ca95,codex_runtime_evidence_types_f55808dd,codex_runtime_evidence_validation_d060a92d,runtime_evidence_contract_0f7b15b2,analysis_f44e85c4,runner_527aa9f4,verify_work_1_cd8e7ec3,cli_args_14_3481043e,runner_1_6f281bf8,orchestrator_core_d0678b53,orchestrator_1_6b7137c5 agentNode
  classDef llmNode fill:#555,color:#fff
-   class node_agent_mmd_orchestration_layer_orchestration_chec_7a9f0b64,node_agent_mmd_llm_model_layer_llmlayer_check_codex_a_29e7b7fa,node_agent_mmd_tool_layer_toollayer_check_codex_agent_4b361d5a,node_agent_mmd_orchestration_layer_orchestration_chec_7fd47f5c,node_agent_mmd_llm_model_layer_llmlayer_check_steerin_0e1bf90d,node_agent_mmd_tool_layer_toollayer_check_steering_fe_eafecf3a,node_agent_mmd_memory_vector_layer_memorylayer_check__64c86928,node_agent_mmd_orchestration_layer_orchestration_run__18817957,node_agent_mmd_llm_model_layer_llmlayer_run_harness_e_603fcfdc,node_agent_mmd_tool_layer_toollayer_run_harness_evals_e2ee24f1,validate_decision_request_2e5c325e,validate_goal_completion_audit_receipt_100d252c,node_agent_mmd_orchestration_layer_orchestration_vali_c01b04be,node_agent_mmd_llm_model_layer_llmlayer_validate_pack_2a12e1f4,node_agent_mmd_tool_layer_toollayer_validate_packaged_2855c827,node_agent_mmd_llm_model_layer_llmlayer_validate_prom_9880f764,node_agent_mmd_memory_vector_layer_memorylayer_valida_c52c4db8,validate_reviewer_coverage_251efee3,node_agent_mmd_llm_model_layer_llmlayer_validate_syst_5636156e,node_agent_mmd_memory_vector_layer_memorylayer_valida_db599a97,check_environment_core_2c16213f,node_agent_mmd_llm_model_layer_llmlayer_context_conte_ad2dfbd9,node_agent_mmd_memory_vector_layer_memorylayer_contex_78ceaaa9,node_agent_mmd_llm_model_layer_llmlayer_index_context_1041bd11,node_agent_mmd_memory_vector_layer_memorylayer_index__6f3402d0,prompt_gate_c5e9d207,node_agent_mmd_orchestration_layer_orchestration_reme_359fe98f,node_agent_mmd_llm_model_layer_llmlayer_remediate_run_9e3d4585,node_agent_mmd_tool_layer_toollayer_remediate_runner__c003b871,node_agent_mmd_llm_model_layer_llmlayer_search_search_66b9a911,node_agent_mmd_memory_vector_layer_memorylayer_search_ac35cb7e,node_agent_mmd_orchestration_layer_orchestration_cont_61b3b9c9,node_agent_mmd_llm_model_layer_llmlayer_context_healt_cfc0bfa8,node_agent_mmd_memory_vector_layer_memorylayer_contex_3204aa0e,node_agent_mmd_orchestration_layer_orchestration_comm_1f8cc24c,node_agent_mmd_llm_model_layer_llmlayer_command_specs_782af9fa,node_agent_mmd_memory_vector_layer_memorylayer_comman_111eb454,prompt_gate_command_spec_9a941482,node_agent_mmd_llm_model_layer_llmlayer_constants_con_c9bd3f6c,node_agent_mmd_memory_vector_layer_memorylayer_consta_702d3f46,node_agent_mmd_llm_model_layer_llmlayer_index_index_1_02e160ff,node_agent_mmd_memory_vector_layer_memorylayer_index__752bc61e,node_agent_mmd_llm_model_layer_llmlayer_indexer_index_4f4deef5,node_agent_mmd_memory_vector_layer_memorylayer_indexe_93e6d86f,node_agent_mmd_llm_model_layer_llmlayer_ollama_ollama_968b23fa,node_agent_mmd_memory_vector_layer_memorylayer_ollama_6d51be16,node_agent_mmd_llm_model_layer_llmlayer_sync_contract_9f3cc8c1,node_agent_mmd_memory_vector_layer_memorylayer_sync_c_e43418bc,north_star_validators_cfc926ce,hilt_boundary_9b36fb15,types_10_75e5a4a0,goal_completion_audit_receipt_validation_9d0f4891,goal_completion_audit_receipt_5e4939c3,index_5_522f772a,node_agent_mmd_tool_layer_toollayer_constants_constan_9d71b829,types_17_ed30531c,sensitive_text_7c11f760,pr_template_linked_issue_relationship_a7b61f2c,pr_template_validator_rules_20a32d6b,node_agent_mmd_orchestration_layer_orchestration_prom_d17b4de2,node_agent_mmd_llm_model_layer_llmlayer_prompt_contex_81f9066a,node_agent_mmd_tool_layer_toollayer_prompt_context_dr_a2772f2b,node_agent_mmd_memory_vector_layer_memorylayer_prompt_ae34fc43,node_agent_mmd_orchestration_layer_orchestration_prom_77088997,node_agent_mmd_llm_model_layer_llmlayer_prompt_contex_e5066b88,node_agent_mmd_tool_layer_toollayer_prompt_context_dr_bd82da46,node_agent_mmd_memory_vector_layer_memorylayer_prompt_efd77624,node_agent_mmd_llm_model_layer_llmlayer_prompt_contex_6426acc2,node_agent_mmd_memory_vector_layer_memorylayer_prompt_55c0d605,cli_args_9_9c136878,cli_10_35dc8cbd,sections_4697ef32,types_27_4d134744,validator_7_f836eb0e,cli_args_10_861cdd3f llmNode
+   class node_agent_mmd_orchestration_layer_orchestration_chec_7a9f0b64,node_agent_mmd_llm_model_layer_llmlayer_check_codex_a_29e7b7fa,node_agent_mmd_tool_layer_toollayer_check_codex_agent_4b361d5a,node_agent_mmd_orchestration_layer_orchestration_chec_7fd47f5c,node_agent_mmd_llm_model_layer_llmlayer_check_steerin_0e1bf90d,node_agent_mmd_tool_layer_toollayer_check_steering_fe_eafecf3a,node_agent_mmd_memory_vector_layer_memorylayer_check__64c86928,node_agent_mmd_orchestration_layer_orchestration_run__18817957,node_agent_mmd_llm_model_layer_llmlayer_run_harness_e_603fcfdc,node_agent_mmd_tool_layer_toollayer_run_harness_evals_e2ee24f1,validate_decision_request_2e5c325e,validate_goal_completion_audit_receipt_100d252c,node_agent_mmd_orchestration_layer_orchestration_vali_c01b04be,node_agent_mmd_llm_model_layer_llmlayer_validate_pack_2a12e1f4,node_agent_mmd_tool_layer_toollayer_validate_packaged_2855c827,node_agent_mmd_llm_model_layer_llmlayer_validate_prom_9880f764,node_agent_mmd_memory_vector_layer_memorylayer_valida_c52c4db8,validate_reviewer_coverage_251efee3,node_agent_mmd_llm_model_layer_llmlayer_validate_syst_5636156e,node_agent_mmd_memory_vector_layer_memorylayer_valida_db599a97,check_environment_core_2c16213f,node_agent_mmd_llm_model_layer_llmlayer_context_conte_ad2dfbd9,node_agent_mmd_memory_vector_layer_memorylayer_contex_78ceaaa9,node_agent_mmd_llm_model_layer_llmlayer_index_context_1041bd11,node_agent_mmd_memory_vector_layer_memorylayer_index__6f3402d0,prompt_gate_c5e9d207,node_agent_mmd_orchestration_layer_orchestration_reme_359fe98f,node_agent_mmd_llm_model_layer_llmlayer_remediate_run_9e3d4585,node_agent_mmd_tool_layer_toollayer_remediate_runner__c003b871,node_agent_mmd_llm_model_layer_llmlayer_search_search_66b9a911,node_agent_mmd_memory_vector_layer_memorylayer_search_ac35cb7e,node_agent_mmd_orchestration_layer_orchestration_cont_61b3b9c9,node_agent_mmd_llm_model_layer_llmlayer_context_healt_cfc0bfa8,node_agent_mmd_memory_vector_layer_memorylayer_contex_3204aa0e,node_agent_mmd_orchestration_layer_orchestration_comm_1f8cc24c,node_agent_mmd_llm_model_layer_llmlayer_command_specs_782af9fa,node_agent_mmd_memory_vector_layer_memorylayer_comman_111eb454,prompt_gate_command_spec_9a941482,node_agent_mmd_llm_model_layer_llmlayer_constants_con_c9bd3f6c,node_agent_mmd_memory_vector_layer_memorylayer_consta_702d3f46,node_agent_mmd_llm_model_layer_llmlayer_index_index_1_02e160ff,node_agent_mmd_memory_vector_layer_memorylayer_index__752bc61e,node_agent_mmd_llm_model_layer_llmlayer_indexer_index_4f4deef5,node_agent_mmd_memory_vector_layer_memorylayer_indexe_93e6d86f,node_agent_mmd_llm_model_layer_llmlayer_ollama_ollama_968b23fa,node_agent_mmd_memory_vector_layer_memorylayer_ollama_6d51be16,node_agent_mmd_llm_model_layer_llmlayer_sync_contract_9f3cc8c1,node_agent_mmd_memory_vector_layer_memorylayer_sync_c_e43418bc,north_star_validators_cfc926ce,hilt_boundary_9b36fb15,types_10_75e5a4a0,goal_completion_audit_receipt_validation_9d0f4891,goal_completion_audit_receipt_5e4939c3,index_5_522f772a,node_agent_mmd_tool_layer_toollayer_constants_constan_9d71b829,types_17_ed30531c,sensitive_text_7c11f760,pr_template_linked_issue_relationship_a7b61f2c,pr_template_validator_rules_20a32d6b,node_agent_mmd_orchestration_layer_orchestration_prom_d17b4de2,node_agent_mmd_llm_model_layer_llmlayer_prompt_contex_81f9066a,node_agent_mmd_tool_layer_toollayer_prompt_context_dr_a2772f2b,node_agent_mmd_memory_vector_layer_memorylayer_prompt_ae34fc43,node_agent_mmd_orchestration_layer_orchestration_prom_77088997,node_agent_mmd_llm_model_layer_llmlayer_prompt_contex_e5066b88,node_agent_mmd_tool_layer_toollayer_prompt_context_dr_bd82da46,node_agent_mmd_memory_vector_layer_memorylayer_prompt_efd77624,node_agent_mmd_llm_model_layer_llmlayer_prompt_contex_6426acc2,node_agent_mmd_memory_vector_layer_memorylayer_prompt_55c0d605,cli_args_9_9c136878,cli_11_338a8415,sections_4697ef32,types_27_4d134744,validator_7_f836eb0e,cli_args_10_861cdd3f llmNode
  classDef toolNode fill:#555,color:#fff
-   class node_agent_mmd_orchestration_layer_orchestration_chec_7a9f0b64,node_agent_mmd_llm_model_layer_llmlayer_check_codex_a_29e7b7fa,node_agent_mmd_tool_layer_toollayer_check_codex_agent_4b361d5a,node_agent_mmd_orchestration_layer_orchestration_chec_7fd47f5c,node_agent_mmd_llm_model_layer_llmlayer_check_steerin_0e1bf90d,node_agent_mmd_tool_layer_toollayer_check_steering_fe_eafecf3a,node_agent_mmd_memory_vector_layer_memorylayer_check__64c86928,node_agent_mmd_orchestration_layer_orchestration_run__18817957,node_agent_mmd_llm_model_layer_llmlayer_run_harness_e_603fcfdc,node_agent_mmd_tool_layer_toollayer_run_harness_evals_e2ee24f1,validate_action_review_receipt_fa2f06c3,node_agent_mmd_orchestration_layer_orchestration_vali_c01b04be,node_agent_mmd_llm_model_layer_llmlayer_validate_pack_2a12e1f4,node_agent_mmd_tool_layer_toollayer_validate_packaged_2855c827,validate_replay_packet_f309747e,node_agent_mmd_tool_layer_toollayer_ci_migrate_core_c_049f8460,node_agent_mmd_memory_vector_layer_memorylayer_ci_mig_0cd5b1a4,doctor_checks_5a2eb2b9,doctor_github_tool_checks_a53b0382,doctor_tool_checks_4acac51a,next_blocked_decisions_4140ad2b,policy_gate_213f7313,remediate_cli_output_cc165396,node_agent_mmd_orchestration_layer_orchestration_reme_359fe98f,node_agent_mmd_llm_model_layer_llmlayer_remediate_run_9e3d4585,node_agent_mmd_tool_layer_toollayer_remediate_runner__c003b871,node_agent_mmd_tool_layer_toollayer_review_gate_core__7704598b,node_agent_mmd_memory_vector_layer_memorylayer_review_5bee9816,index_1bc04b52,types_1_4ecdf56e,validation_constants_e002a0f6,validation_98c41dcd,node_agent_mmd_orchestration_layer_orchestration_chec_0550c395,node_agent_mmd_tool_layer_toollayer_checker_checker_2_453d593b,node_agent_mmd_memory_vector_layer_memorylayer_checke_a583eb4f,cli_args_1_6144b055,node_agent_mmd_orchestration_layer_orchestration_comm_6e41a7f7,node_agent_mmd_tool_layer_toollayer_command_capabilit_7fe13db1,node_agent_mmd_tool_layer_toollayer_command_capabilit_e97a4615,node_agent_mmd_memory_vector_layer_memorylayer_comman_c72a5d05,linear_command_actions_e430f4f4,node_agent_mmd_orchestration_layer_orchestration_line_b67affd5,node_agent_mmd_tool_layer_toollayer_linear_command_ru_d6763748,node_agent_mmd_orchestration_layer_orchestration_poli_3270b55d,node_agent_mmd_tool_layer_toollayer_policy_validators_af136abf,node_agent_mmd_memory_vector_layer_memorylayer_policy_1944de42,node_agent_mmd_orchestration_layer_orchestration_type_7cf81261,node_agent_mmd_tool_layer_toollayer_types_core_types__6c8319b6,node_agent_mmd_memory_vector_layer_memorylayer_types__83f369fa,node_agent_mmd_orchestration_layer_orchestration_vali_d9fe99e6,node_agent_mmd_tool_layer_toollayer_validator_core_va_6ef6131f,node_agent_mmd_memory_vector_layer_memorylayer_valida_41034356,validator_helpers_7b927667,node_agent_mmd_orchestration_layer_orchestration_he_p_fc778c24,node_agent_mmd_tool_layer_toollayer_he_phase_exit_cor_af016160,ralph_runtime_73d63c0e,observed_skill_usage_ed7d5930,closure_evidence_aaa31467,pr_creator_dc6b1ea4,client_948fe603,init_output_360dce91,scaffold_ci_templates_2afd6392,scaffold_codex_environment_templates_334fbbed,scaffold_config_templates_4b80ce53,node_agent_mmd_orchestration_layer_orchestration_scaf_c9a90c2f,node_agent_mmd_tool_layer_toollayer_scaffold_environm_c1afc013,node_agent_mmd_memory_vector_layer_memorylayer_scaffo_12b42341,scaffold_github_actions_pr_pipeline_renderer_1ee18de5,scaffold_github_actions_pr_pipeline_template_e2b85f62,scaffold_release_private_npm_template_075499f8,node_agent_mmd_llm_model_layer_llmlayer_constants_con_c9bd3f6c,node_agent_mmd_tool_layer_toollayer_constants_constan_9d71b829,index_9_32dd4d91,validation_common_6161e48b,node_agent_mmd_tool_layer_toollayer_cli_cli_2_1_32d9eeaf,node_agent_mmd_memory_vector_layer_memorylayer_cli_cl_1f1f89ab,node_agent_mmd_tool_layer_toollayer_metrics_tracker_m_4c9237d8,node_agent_mmd_memory_vector_layer_memorylayer_metric_12562178,normalise_renderer_85f2e563,evaluation_engine_core_e054fe49,node_agent_mmd_orchestration_layer_orchestration_tool_cc43149f,node_agent_mmd_tool_layer_toollayer_tooling_baseline__61e66e9f,node_agent_mmd_memory_vector_layer_memorylayer_toolin_14f86b00,node_agent_mmd_orchestration_layer_orchestration_prom_d17b4de2,node_agent_mmd_llm_model_layer_llmlayer_prompt_contex_81f9066a,node_agent_mmd_tool_layer_toollayer_prompt_context_dr_a2772f2b,node_agent_mmd_memory_vector_layer_memorylayer_prompt_ae34fc43,node_agent_mmd_orchestration_layer_orchestration_prom_77088997,node_agent_mmd_llm_model_layer_llmlayer_prompt_contex_e5066b88,node_agent_mmd_tool_layer_toollayer_prompt_context_dr_bd82da46,node_agent_mmd_memory_vector_layer_memorylayer_prompt_efd77624,replay_packet_a1293f88,index_14_d982116c,review_lifecycle_contract_e5447221,review_lifecycle_89afa64c,node_agent_mmd_tool_layer_toollayer_runtime_card_code_3636ceac,node_agent_mmd_memory_vector_layer_memorylayer_runtim_a5d23e7f,runtime_card_codex_runtime_0655e230,runtime_evidence_bundle_d471a232,types_36_674380ec,index_17_642943a2,projection_1b250ea1,types_38_e8efcd57,validation_7_c4e6d8b6 toolNode
+   class node_agent_mmd_orchestration_layer_orchestration_chec_7a9f0b64,node_agent_mmd_llm_model_layer_llmlayer_check_codex_a_29e7b7fa,node_agent_mmd_tool_layer_toollayer_check_codex_agent_4b361d5a,node_agent_mmd_orchestration_layer_orchestration_chec_7fd47f5c,node_agent_mmd_llm_model_layer_llmlayer_check_steerin_0e1bf90d,node_agent_mmd_tool_layer_toollayer_check_steering_fe_eafecf3a,node_agent_mmd_memory_vector_layer_memorylayer_check__64c86928,node_agent_mmd_orchestration_layer_orchestration_run__18817957,node_agent_mmd_llm_model_layer_llmlayer_run_harness_e_603fcfdc,node_agent_mmd_tool_layer_toollayer_run_harness_evals_e2ee24f1,validate_action_review_receipt_fa2f06c3,node_agent_mmd_orchestration_layer_orchestration_vali_c01b04be,node_agent_mmd_llm_model_layer_llmlayer_validate_pack_2a12e1f4,node_agent_mmd_tool_layer_toollayer_validate_packaged_2855c827,validate_replay_packet_f309747e,node_agent_mmd_tool_layer_toollayer_ci_migrate_core_c_049f8460,node_agent_mmd_memory_vector_layer_memorylayer_ci_mig_0cd5b1a4,doctor_checks_5a2eb2b9,doctor_github_tool_check_e0a938df,doctor_github_tool_checks_a53b0382,doctor_tool_checks_4acac51a,next_blocked_decisions_4140ad2b,policy_gate_213f7313,remediate_cli_output_cc165396,node_agent_mmd_orchestration_layer_orchestration_reme_359fe98f,node_agent_mmd_llm_model_layer_llmlayer_remediate_run_9e3d4585,node_agent_mmd_tool_layer_toollayer_remediate_runner__c003b871,node_agent_mmd_tool_layer_toollayer_review_gate_core__7704598b,node_agent_mmd_memory_vector_layer_memorylayer_review_5bee9816,index_1bc04b52,types_1_4ecdf56e,validation_constants_e002a0f6,validation_98c41dcd,node_agent_mmd_orchestration_layer_orchestration_chec_0550c395,node_agent_mmd_tool_layer_toollayer_checker_checker_2_453d593b,node_agent_mmd_memory_vector_layer_memorylayer_checke_a583eb4f,cli_args_1_6144b055,node_agent_mmd_orchestration_layer_orchestration_comm_6e41a7f7,node_agent_mmd_tool_layer_toollayer_command_capabilit_7fe13db1,node_agent_mmd_tool_layer_toollayer_command_capabilit_e97a4615,node_agent_mmd_memory_vector_layer_memorylayer_comman_c72a5d05,linear_command_actions_e430f4f4,node_agent_mmd_orchestration_layer_orchestration_line_b67affd5,node_agent_mmd_tool_layer_toollayer_linear_command_ru_d6763748,node_agent_mmd_orchestration_layer_orchestration_poli_3270b55d,node_agent_mmd_tool_layer_toollayer_policy_validators_af136abf,node_agent_mmd_memory_vector_layer_memorylayer_policy_1944de42,node_agent_mmd_orchestration_layer_orchestration_type_7cf81261,node_agent_mmd_tool_layer_toollayer_types_core_types__6c8319b6,node_agent_mmd_memory_vector_layer_memorylayer_types__83f369fa,node_agent_mmd_orchestration_layer_orchestration_vali_d9fe99e6,node_agent_mmd_tool_layer_toollayer_validator_core_va_6ef6131f,node_agent_mmd_memory_vector_layer_memorylayer_valida_41034356,validator_helpers_7b927667,node_agent_mmd_orchestration_layer_orchestration_he_p_fc778c24,node_agent_mmd_tool_layer_toollayer_he_phase_exit_cor_af016160,ralph_runtime_73d63c0e,observed_skill_usage_ed7d5930,closure_evidence_aaa31467,pr_creator_dc6b1ea4,client_948fe603,init_output_360dce91,scaffold_ci_templates_2afd6392,scaffold_codex_environment_templates_334fbbed,scaffold_config_templates_4b80ce53,node_agent_mmd_orchestration_layer_orchestration_scaf_c9a90c2f,node_agent_mmd_tool_layer_toollayer_scaffold_environm_c1afc013,node_agent_mmd_memory_vector_layer_memorylayer_scaffo_12b42341,scaffold_github_actions_pr_pipeline_renderer_1ee18de5,scaffold_github_actions_pr_pipeline_template_e2b85f62,scaffold_release_private_npm_template_075499f8,node_agent_mmd_llm_model_layer_llmlayer_constants_con_c9bd3f6c,node_agent_mmd_tool_layer_toollayer_constants_constan_9d71b829,index_9_32dd4d91,validation_common_6161e48b,node_agent_mmd_tool_layer_toollayer_cli_cli_2_1_32d9eeaf,node_agent_mmd_memory_vector_layer_memorylayer_cli_cl_1f1f89ab,node_agent_mmd_tool_layer_toollayer_metrics_tracker_m_4c9237d8,node_agent_mmd_memory_vector_layer_memorylayer_metric_12562178,normalise_renderer_85f2e563,evaluation_engine_core_e054fe49,node_agent_mmd_orchestration_layer_orchestration_tool_cc43149f,node_agent_mmd_tool_layer_toollayer_tooling_baseline__61e66e9f,node_agent_mmd_memory_vector_layer_memorylayer_toolin_14f86b00,node_agent_mmd_orchestration_layer_orchestration_prom_d17b4de2,node_agent_mmd_llm_model_layer_llmlayer_prompt_contex_81f9066a,node_agent_mmd_tool_layer_toollayer_prompt_context_dr_a2772f2b,node_agent_mmd_memory_vector_layer_memorylayer_prompt_ae34fc43,node_agent_mmd_orchestration_layer_orchestration_prom_77088997,node_agent_mmd_llm_model_layer_llmlayer_prompt_contex_e5066b88,node_agent_mmd_tool_layer_toollayer_prompt_context_dr_bd82da46,node_agent_mmd_memory_vector_layer_memorylayer_prompt_efd77624,replay_packet_a1293f88,index_14_d982116c,review_lifecycle_contract_e5447221,review_lifecycle_89afa64c,node_agent_mmd_tool_layer_toollayer_runtime_card_code_3636ceac,node_agent_mmd_memory_vector_layer_memorylayer_runtim_a5d23e7f,runtime_card_codex_runtime_0655e230,runtime_evidence_bundle_d471a232,types_36_674380ec,index_17_642943a2,projection_1b250ea1,types_38_e8efcd57,validation_7_c4e6d8b6 toolNode
  classDef memNode fill:#555,color:#fff
-   class node_agent_mmd_orchestration_layer_orchestration_chec_7fd47f5c,node_agent_mmd_llm_model_layer_llmlayer_check_steerin_0e1bf90d,node_agent_mmd_tool_layer_toollayer_check_steering_fe_eafecf3a,node_agent_mmd_memory_vector_layer_memorylayer_check__64c86928,normalize_workflow_contracts_8701f1c8,sync_codex_preflight_7e7a8dc2,test_harness_upgrade_matrix_84113c4e,node_agent_mmd_llm_model_layer_llmlayer_validate_prom_9880f764,node_agent_mmd_memory_vector_layer_memorylayer_valida_c52c4db8,validate_runtime_packet_schemas_bc3ba8ec,node_agent_mmd_llm_model_layer_llmlayer_validate_syst_5636156e,node_agent_mmd_memory_vector_layer_memorylayer_valida_db599a97,validate_workflow_contracts_33dc063c,branch_protect_core_a8feb0fd,node_agent_mmd_tool_layer_toollayer_ci_migrate_core_c_049f8460,node_agent_mmd_memory_vector_layer_memorylayer_ci_mig_0cd5b1a4,context_health_80bb7da9,node_agent_mmd_llm_model_layer_llmlayer_context_conte_ad2dfbd9,node_agent_mmd_memory_vector_layer_memorylayer_contex_78ceaaa9,docs_gate_core_eb9b6c18,node_agent_mmd_llm_model_layer_llmlayer_index_context_1041bd11,node_agent_mmd_memory_vector_layer_memorylayer_index__6f3402d0,local_memory_preflight_dcc36c42,memory_gate_a577a506,pattern_scope_siblings_43abe000,review_context_ca6cf81d,node_agent_mmd_tool_layer_toollayer_review_gate_core__7704598b,node_agent_mmd_memory_vector_layer_memorylayer_review_5bee9816,node_agent_mmd_llm_model_layer_llmlayer_search_search_66b9a911,node_agent_mmd_memory_vector_layer_memorylayer_search_ac35cb7e,session_context_e5ec72c0,node_agent_mmd_orchestration_layer_orchestration_tool_acfe0c01,node_agent_mmd_memory_vector_layer_memorylayer_toolin_a1185b8f,run_local_memory_preflight_36e92808,node_agent_mmd_orchestration_layer_orchestration_chec_0550c395,node_agent_mmd_tool_layer_toollayer_checker_checker_2_453d593b,node_agent_mmd_memory_vector_layer_memorylayer_checke_a583eb4f,node_agent_mmd_orchestration_layer_orchestration_cont_61b3b9c9,node_agent_mmd_llm_model_layer_llmlayer_context_healt_cfc0bfa8,node_agent_mmd_memory_vector_layer_memorylayer_contex_3204aa0e,node_agent_mmd_orchestration_layer_orchestration_type_4f906dcc,node_agent_mmd_memory_vector_layer_memorylayer_types__9ad640a0,branch_protect_sync_570adb18,node_agent_mmd_tool_layer_toollayer_command_capabilit_e97a4615,node_agent_mmd_memory_vector_layer_memorylayer_comman_c72a5d05,node_agent_mmd_orchestration_layer_orchestration_comm_1f8cc24c,node_agent_mmd_llm_model_layer_llmlayer_command_specs_782af9fa,node_agent_mmd_memory_vector_layer_memorylayer_comman_111eb454,local_memory_preflight_command_spec_9e23f3ce,memory_gate_command_spec_dc9001a9,review_gate_command_spec_3187376a,session_context_command_spec_973afbb1,node_agent_mmd_llm_model_layer_llmlayer_constants_con_c9bd3f6c,node_agent_mmd_memory_vector_layer_memorylayer_consta_702d3f46,context_compact_policy_3dcaf95d,node_agent_mmd_llm_model_layer_llmlayer_index_index_1_02e160ff,node_agent_mmd_memory_vector_layer_memorylayer_index__752bc61e,node_agent_mmd_llm_model_layer_llmlayer_indexer_index_4f4deef5,node_agent_mmd_memory_vector_layer_memorylayer_indexe_93e6d86f,init_error_5c7dd49f,lexical_fallback_723e2b3e,node_agent_mmd_llm_model_layer_llmlayer_ollama_ollama_968b23fa,node_agent_mmd_memory_vector_layer_memorylayer_ollama_6d51be16,rollout_a4fa034c,sources_878a52fc,store_824d80d7,node_agent_mmd_llm_model_layer_llmlayer_sync_contract_9f3cc8c1,node_agent_mmd_memory_vector_layer_memorylayer_sync_c_e43418bc,types_8_f6283648,harness_run_context_ac7c77a9,index_4_013aa0e3,json_schema_core_96d7e328,node_agent_mmd_orchestration_layer_orchestration_poli_3270b55d,node_agent_mmd_tool_layer_toollayer_policy_validators_af136abf,node_agent_mmd_memory_vector_layer_memorylayer_policy_1944de42,node_agent_mmd_orchestration_layer_orchestration_type_7cf81261,node_agent_mmd_tool_layer_toollayer_types_core_types__6c8319b6,node_agent_mmd_memory_vector_layer_memorylayer_types__83f369fa,node_agent_mmd_orchestration_layer_orchestration_vali_d9fe99e6,node_agent_mmd_tool_layer_toollayer_validator_core_va_6ef6131f,node_agent_mmd_memory_vector_layer_memorylayer_valida_41034356,docs_task_eval_contract_79347457,docs_task_eval_fixtures_44902755,node_agent_mmd_orchestration_layer_orchestration_init_2a9c3ecb,node_agent_mmd_memory_vector_layer_memorylayer_init_m_333d02c5,node_agent_mmd_orchestration_layer_orchestration_proj_6ab6f60f,node_agent_mmd_memory_vector_layer_memorylayer_projec_3ae304d9,scaffold_diagram_templates_dd88e83c,node_agent_mmd_orchestration_layer_orchestration_scaf_12cc07db,node_agent_mmd_memory_vector_layer_memorylayer_scaffo_5fd73b94,node_agent_mmd_orchestration_layer_orchestration_scaf_c9a90c2f,node_agent_mmd_tool_layer_toollayer_scaffold_environm_c1afc013,node_agent_mmd_memory_vector_layer_memorylayer_scaffo_12b42341,scaffold_root_command_templates_404fed7f,scaffold_script_template_registry_69312d4e,scaffold_shell_templates_0ad0f915,scaffold_surfaces_12d6494e,node_agent_mmd_orchestration_layer_orchestration_scaf_ff8f92f6,node_agent_mmd_memory_vector_layer_memorylayer_scaffo_a86eece1,scaffold_workflow_template_92310587,eval_seed_5699fd3e,index_10_f6785a46,review_context_1_e3afed15,memory_gate_1_265164ac,branch_enforcer_acb749cd,cli_args_5_09ea29f0,node_agent_mmd_tool_layer_toollayer_cli_cli_2_1_32d9eeaf,node_agent_mmd_memory_vector_layer_memorylayer_cli_cl_1f1f89ab,node_agent_mmd_tool_layer_toollayer_metrics_tracker_m_4c9237d8,node_agent_mmd_memory_vector_layer_memorylayer_metric_12562178,types_19_eb4ad5f0,validator_5_b19ac2be,node_agent_mmd_orchestration_layer_orchestration_clas_899b821a,node_agent_mmd_memory_vector_layer_memorylayer_classi_1ebbf5ff,node_agent_mmd_orchestration_layer_orchestration_tool_cc43149f,node_agent_mmd_tool_layer_toollayer_tooling_baseline__61e66e9f,node_agent_mmd_memory_vector_layer_memorylayer_toolin_14f86b00,claim_helpers_20dc8387,types_24_c63dc1a7,local_memory_smoke_1175abfc,local_memory_0db17ecc,performance_overload_c685bfcf,node_agent_mmd_orchestration_layer_orchestration_sugg_85c5ebe3,node_agent_mmd_memory_vector_layer_memorylayer_sugges_267f408d,node_agent_mmd_orchestration_layer_orchestration_prom_d17b4de2,node_agent_mmd_llm_model_layer_llmlayer_prompt_contex_81f9066a,node_agent_mmd_tool_layer_toollayer_prompt_context_dr_a2772f2b,node_agent_mmd_memory_vector_layer_memorylayer_prompt_ae34fc43,node_agent_mmd_orchestration_layer_orchestration_prom_77088997,node_agent_mmd_llm_model_layer_llmlayer_prompt_contex_e5066b88,node_agent_mmd_tool_layer_toollayer_prompt_context_dr_bd82da46,node_agent_mmd_memory_vector_layer_memorylayer_prompt_efd77624,node_agent_mmd_llm_model_layer_llmlayer_prompt_contex_6426acc2,node_agent_mmd_memory_vector_layer_memorylayer_prompt_55c0d605,types_31_eb363e20,policy_1_fc4198db,node_agent_mmd_tool_layer_toollayer_runtime_card_code_3636ceac,node_agent_mmd_memory_vector_layer_memorylayer_runtim_a5d23e7f,cli_11_338a8415,collector_0736fd5b,types_34_85e6a0bb,overload_guard_2748c559 memNode
+   class node_agent_mmd_orchestration_layer_orchestration_chec_7fd47f5c,node_agent_mmd_llm_model_layer_llmlayer_check_steerin_0e1bf90d,node_agent_mmd_tool_layer_toollayer_check_steering_fe_eafecf3a,node_agent_mmd_memory_vector_layer_memorylayer_check__64c86928,normalize_workflow_contracts_8701f1c8,sync_codex_preflight_7e7a8dc2,test_harness_upgrade_matrix_84113c4e,node_agent_mmd_llm_model_layer_llmlayer_validate_prom_9880f764,node_agent_mmd_memory_vector_layer_memorylayer_valida_c52c4db8,validate_runtime_packet_schemas_bc3ba8ec,node_agent_mmd_llm_model_layer_llmlayer_validate_syst_5636156e,node_agent_mmd_memory_vector_layer_memorylayer_valida_db599a97,validate_workflow_contracts_33dc063c,branch_protect_core_a8feb0fd,node_agent_mmd_tool_layer_toollayer_ci_migrate_core_c_049f8460,node_agent_mmd_memory_vector_layer_memorylayer_ci_mig_0cd5b1a4,context_health_80bb7da9,node_agent_mmd_llm_model_layer_llmlayer_context_conte_ad2dfbd9,node_agent_mmd_memory_vector_layer_memorylayer_contex_78ceaaa9,docs_gate_core_eb9b6c18,node_agent_mmd_llm_model_layer_llmlayer_index_context_1041bd11,node_agent_mmd_memory_vector_layer_memorylayer_index__6f3402d0,local_memory_preflight_dcc36c42,memory_gate_a577a506,pattern_scope_siblings_43abe000,review_context_ca6cf81d,node_agent_mmd_tool_layer_toollayer_review_gate_core__7704598b,node_agent_mmd_memory_vector_layer_memorylayer_review_5bee9816,node_agent_mmd_llm_model_layer_llmlayer_search_search_66b9a911,node_agent_mmd_memory_vector_layer_memorylayer_search_ac35cb7e,session_context_e5ec72c0,node_agent_mmd_orchestration_layer_orchestration_tool_acfe0c01,node_agent_mmd_memory_vector_layer_memorylayer_toolin_a1185b8f,run_local_memory_preflight_36e92808,node_agent_mmd_orchestration_layer_orchestration_chec_0550c395,node_agent_mmd_tool_layer_toollayer_checker_checker_2_453d593b,node_agent_mmd_memory_vector_layer_memorylayer_checke_a583eb4f,node_agent_mmd_orchestration_layer_orchestration_cont_61b3b9c9,node_agent_mmd_llm_model_layer_llmlayer_context_healt_cfc0bfa8,node_agent_mmd_memory_vector_layer_memorylayer_contex_3204aa0e,node_agent_mmd_orchestration_layer_orchestration_type_4f906dcc,node_agent_mmd_memory_vector_layer_memorylayer_types__9ad640a0,branch_protect_sync_570adb18,node_agent_mmd_tool_layer_toollayer_command_capabilit_e97a4615,node_agent_mmd_memory_vector_layer_memorylayer_comman_c72a5d05,node_agent_mmd_orchestration_layer_orchestration_comm_1f8cc24c,node_agent_mmd_llm_model_layer_llmlayer_command_specs_782af9fa,node_agent_mmd_memory_vector_layer_memorylayer_comman_111eb454,local_memory_preflight_command_spec_9e23f3ce,memory_gate_command_spec_dc9001a9,review_gate_command_spec_3187376a,session_context_command_spec_973afbb1,node_agent_mmd_llm_model_layer_llmlayer_constants_con_c9bd3f6c,node_agent_mmd_memory_vector_layer_memorylayer_consta_702d3f46,context_compact_policy_3dcaf95d,node_agent_mmd_llm_model_layer_llmlayer_index_index_1_02e160ff,node_agent_mmd_memory_vector_layer_memorylayer_index__752bc61e,node_agent_mmd_llm_model_layer_llmlayer_indexer_index_4f4deef5,node_agent_mmd_memory_vector_layer_memorylayer_indexe_93e6d86f,init_error_5c7dd49f,lexical_fallback_723e2b3e,node_agent_mmd_llm_model_layer_llmlayer_ollama_ollama_968b23fa,node_agent_mmd_memory_vector_layer_memorylayer_ollama_6d51be16,rollout_a4fa034c,sources_878a52fc,store_824d80d7,node_agent_mmd_llm_model_layer_llmlayer_sync_contract_9f3cc8c1,node_agent_mmd_memory_vector_layer_memorylayer_sync_c_e43418bc,types_8_f6283648,harness_run_context_ac7c77a9,index_4_013aa0e3,json_schema_core_96d7e328,node_agent_mmd_orchestration_layer_orchestration_poli_3270b55d,node_agent_mmd_tool_layer_toollayer_policy_validators_af136abf,node_agent_mmd_memory_vector_layer_memorylayer_policy_1944de42,node_agent_mmd_orchestration_layer_orchestration_type_7cf81261,node_agent_mmd_tool_layer_toollayer_types_core_types__6c8319b6,node_agent_mmd_memory_vector_layer_memorylayer_types__83f369fa,node_agent_mmd_orchestration_layer_orchestration_vali_d9fe99e6,node_agent_mmd_tool_layer_toollayer_validator_core_va_6ef6131f,node_agent_mmd_memory_vector_layer_memorylayer_valida_41034356,archive_candidates_scanner_d0931789,archive_candidates_dc0e40e1,docs_task_eval_contract_79347457,docs_task_eval_fixtures_44902755,node_agent_mmd_orchestration_layer_orchestration_init_2a9c3ecb,node_agent_mmd_memory_vector_layer_memorylayer_init_m_333d02c5,node_agent_mmd_orchestration_layer_orchestration_proj_6ab6f60f,node_agent_mmd_memory_vector_layer_memorylayer_projec_3ae304d9,scaffold_diagram_templates_dd88e83c,node_agent_mmd_orchestration_layer_orchestration_scaf_12cc07db,node_agent_mmd_memory_vector_layer_memorylayer_scaffo_5fd73b94,node_agent_mmd_orchestration_layer_orchestration_scaf_c9a90c2f,node_agent_mmd_tool_layer_toollayer_scaffold_environm_c1afc013,node_agent_mmd_memory_vector_layer_memorylayer_scaffo_12b42341,scaffold_root_command_templates_404fed7f,scaffold_script_template_registry_69312d4e,scaffold_shell_templates_0ad0f915,scaffold_surfaces_12d6494e,node_agent_mmd_orchestration_layer_orchestration_scaf_ff8f92f6,node_agent_mmd_memory_vector_layer_memorylayer_scaffo_a86eece1,scaffold_workflow_template_92310587,eval_seed_5699fd3e,index_10_f6785a46,review_context_1_e3afed15,memory_gate_1_265164ac,branch_enforcer_acb749cd,cli_args_5_09ea29f0,node_agent_mmd_tool_layer_toollayer_cli_cli_2_1_32d9eeaf,node_agent_mmd_memory_vector_layer_memorylayer_cli_cl_1f1f89ab,node_agent_mmd_tool_layer_toollayer_metrics_tracker_m_4c9237d8,node_agent_mmd_memory_vector_layer_memorylayer_metric_12562178,types_19_eb4ad5f0,validator_5_b19ac2be,node_agent_mmd_orchestration_layer_orchestration_clas_899b821a,node_agent_mmd_memory_vector_layer_memorylayer_classi_1ebbf5ff,node_agent_mmd_orchestration_layer_orchestration_tool_cc43149f,node_agent_mmd_tool_layer_toollayer_tooling_baseline__61e66e9f,node_agent_mmd_memory_vector_layer_memorylayer_toolin_14f86b00,claim_helpers_20dc8387,types_24_c63dc1a7,local_memory_smoke_1175abfc,local_memory_0db17ecc,performance_overload_c685bfcf,node_agent_mmd_orchestration_layer_orchestration_sugg_85c5ebe3,node_agent_mmd_memory_vector_layer_memorylayer_sugges_267f408d,node_agent_mmd_orchestration_layer_orchestration_prom_d17b4de2,node_agent_mmd_llm_model_layer_llmlayer_prompt_contex_81f9066a,node_agent_mmd_tool_layer_toollayer_prompt_context_dr_a2772f2b,node_agent_mmd_memory_vector_layer_memorylayer_prompt_ae34fc43,node_agent_mmd_orchestration_layer_orchestration_prom_77088997,node_agent_mmd_llm_model_layer_llmlayer_prompt_contex_e5066b88,node_agent_mmd_tool_layer_toollayer_prompt_context_dr_bd82da46,node_agent_mmd_memory_vector_layer_memorylayer_prompt_efd77624,node_agent_mmd_llm_model_layer_llmlayer_prompt_contex_6426acc2,node_agent_mmd_memory_vector_layer_memorylayer_prompt_55c0d605,types_31_eb363e20,policy_1_fc4198db,node_agent_mmd_tool_layer_toollayer_runtime_card_code_3636ceac,node_agent_mmd_memory_vector_layer_memorylayer_runtim_a5d23e7f,cli_12_01c06c37,collector_0736fd5b,types_34_85e6a0bb,overload_guard_2748c559 memNode
